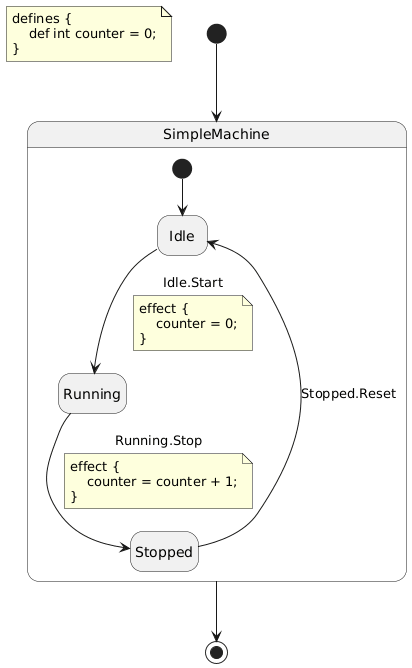
The PlantUML diagram docs/source/tutorials/cli/simple_machine.fcstm.puml.png in HansBug/pyfcstm, before a commit.
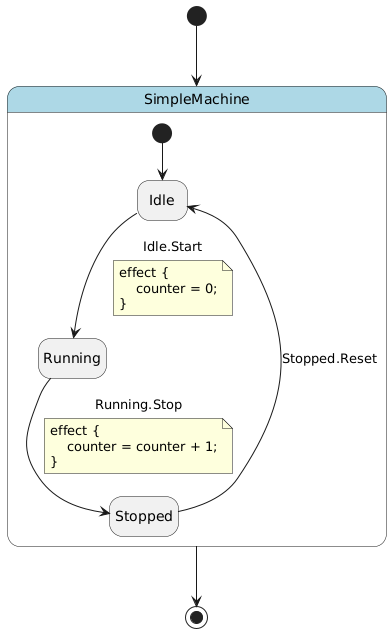
Above is the later version.

Change to the diagram source:
```diff
@@ -1,12 +1,14 @@
 @startuml
 hide empty description
-note as DefinitionNote
-defines {
-    def int counter = 0;
+
+skinparam state {
+  BackgroundColor<<pseudo>> LightGray
+  BackgroundColor<<composite>> LightBlue
+  BorderColor<<pseudo>> Gray
+  FontStyle<<pseudo>> italic
 }
-end note
 
-state "SimpleMachine" as simple_machine {
+state "SimpleMachine" as simple_machine <<composite>> {
     state "Idle" as simple_machine__idle
     state "Running" as simple_machine__running
     state "Stopped" as simple_machine__stopped
```
